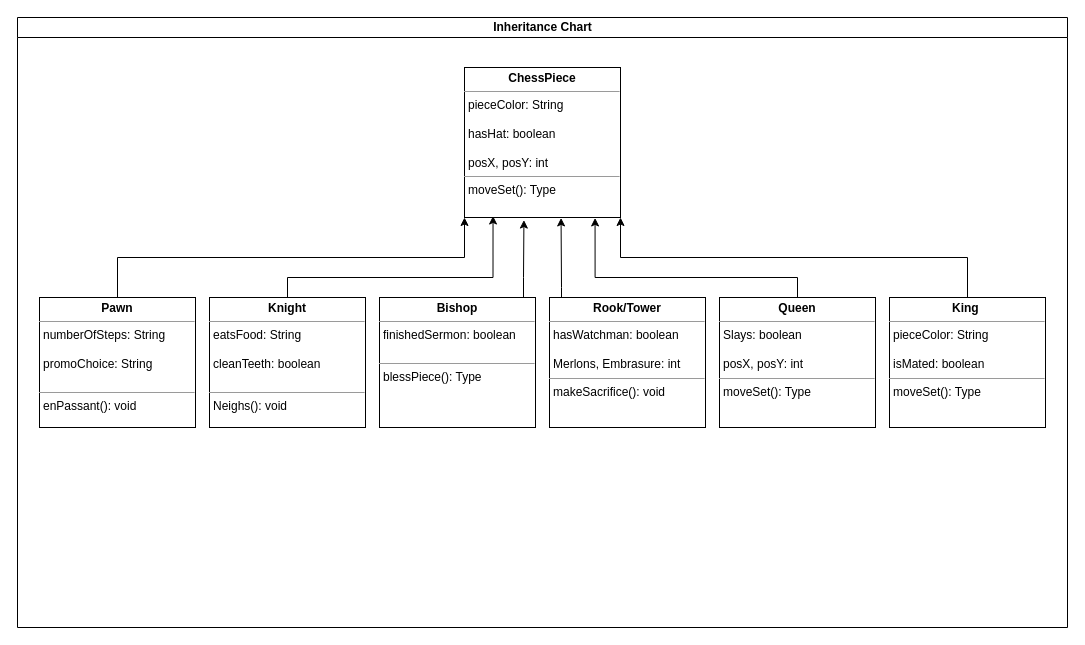
Above: src/ChessInheritance/Untitled Diagram.drawio in TylerLeCmd/CPP2 (draw.io), before the change. Source tidied: cells renumbered, new cells numbered last; positions are measured from the earlier drawing's top-left corner, leaving out a move shared by most shapes. Both pictures are drawn from the tidied source at 100%, with x=0, y=0 at pixel (17, 17).
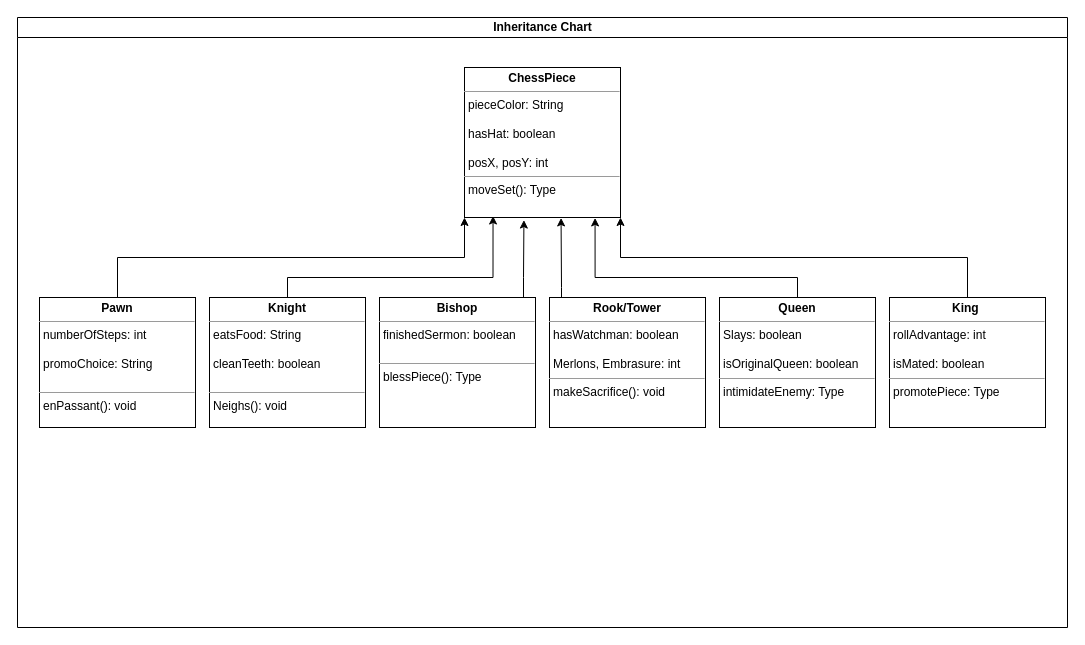
The same page after the edit.

The change refers to these unchanged cells:
```xml
<mxCell id="2" value="Inheritance Chart" style="swimlane;html=1;startSize=20;horizontal=1;containerType=tree;glass=0;" parent="1" vertex="1">
  <mxGeometry width="1050" height="610" as="geometry" />
</mxCell>
```

The edit, as a diff of the source:
```diff
@@
-    <mxCell id="5" value="&lt;p style=&quot;margin:0px;margin-top:4px;text-align:center;&quot;&gt;&lt;b&gt;Pawn&lt;/b&gt;&lt;/p&gt;&lt;hr size=&quot;1&quot;&gt;&lt;p style=&quot;margin:0px;margin-left:4px;&quot;&gt;&lt;span style=&quot;background-color: initial;&quot;&gt;numberOfSteps: String&lt;/span&gt;&lt;br&gt;&lt;/p&gt;&lt;p style=&quot;margin:0px;margin-left:4px;&quot;&gt;&lt;br&gt;&lt;/p&gt;&lt;p style=&quot;margin:0px;margin-left:4px;&quot;&gt;promoChoice: String&lt;/p&gt;&lt;p style=&quot;margin:0px;margin-left:4px;&quot;&gt;&lt;br&gt;&lt;/p&gt;&lt;hr size=&quot;1&quot;&gt;&lt;p style=&quot;margin:0px;margin-left:4px;&quot;&gt;enPassant(): void&lt;/p&gt;" style="verticalAlign=top;align=left;overflow=fill;fontSize=12;fontFamily=Helvetica;html=1;whiteSpace=wrap;" parent="2" vertex="1">
+    <mxCell id="5" value="&lt;p style=&quot;margin:0px;margin-top:4px;text-align:center;&quot;&gt;&lt;b&gt;Pawn&lt;/b&gt;&lt;/p&gt;&lt;hr size=&quot;1&quot;&gt;&lt;p style=&quot;margin:0px;margin-left:4px;&quot;&gt;&lt;span style=&quot;background-color: initial;&quot;&gt;numberOfSteps: int&lt;/span&gt;&lt;br&gt;&lt;/p&gt;&lt;p style=&quot;margin:0px;margin-left:4px;&quot;&gt;&lt;br&gt;&lt;/p&gt;&lt;p style=&quot;margin:0px;margin-left:4px;&quot;&gt;promoChoice: String&lt;/p&gt;&lt;p style=&quot;margin:0px;margin-left:4px;&quot;&gt;&lt;br&gt;&lt;/p&gt;&lt;hr size=&quot;1&quot;&gt;&lt;p style=&quot;margin:0px;margin-left:4px;&quot;&gt;enPassant(): void&lt;/p&gt;" style="verticalAlign=top;align=left;overflow=fill;fontSize=12;fontFamily=Helvetica;html=1;whiteSpace=wrap;" parent="2" vertex="1">
       <mxGeometry x="22" y="280" width="156" height="130" as="geometry" />
     </mxCell>
@@
-    <mxCell id="9" value="&lt;p style=&quot;margin:0px;margin-top:4px;text-align:center;&quot;&gt;&lt;b&gt;Queen&lt;/b&gt;&lt;/p&gt;&lt;hr size=&quot;1&quot;&gt;&lt;p style=&quot;margin:0px;margin-left:4px;&quot;&gt;&lt;span style=&quot;background-color: initial;&quot;&gt;Slays: boolean&lt;/span&gt;&lt;br&gt;&lt;/p&gt;&lt;p style=&quot;margin:0px;margin-left:4px;&quot;&gt;&lt;br&gt;&lt;/p&gt;&lt;p style=&quot;margin:0px;margin-left:4px;&quot;&gt;posX, posY: int&lt;/p&gt;&lt;hr size=&quot;1&quot;&gt;&lt;p style=&quot;margin:0px;margin-left:4px;&quot;&gt;moveSet(): Type&lt;/p&gt;" style="verticalAlign=top;align=left;overflow=fill;fontSize=12;fontFamily=Helvetica;html=1;whiteSpace=wrap;" parent="2" vertex="1">
+    <mxCell id="9" value="&lt;p style=&quot;margin:0px;margin-top:4px;text-align:center;&quot;&gt;&lt;b&gt;Queen&lt;/b&gt;&lt;/p&gt;&lt;hr size=&quot;1&quot;&gt;&lt;p style=&quot;margin:0px;margin-left:4px;&quot;&gt;&lt;span style=&quot;background-color: initial;&quot;&gt;Slays: boolean&lt;/span&gt;&lt;br&gt;&lt;/p&gt;&lt;p style=&quot;margin:0px;margin-left:4px;&quot;&gt;&lt;br&gt;&lt;/p&gt;&lt;p style=&quot;margin:0px;margin-left:4px;&quot;&gt;isOriginalQueen: boolean&lt;/p&gt;&lt;hr size=&quot;1&quot;&gt;&lt;p style=&quot;margin:0px;margin-left:4px;&quot;&gt;intimidateEnemy: Type&lt;/p&gt;" style="verticalAlign=top;align=left;overflow=fill;fontSize=12;fontFamily=Helvetica;html=1;whiteSpace=wrap;" parent="2" vertex="1">
       <mxGeometry x="702" y="280" width="156" height="130" as="geometry" />
     </mxCell>
@@
-    <mxCell id="11" value="&lt;p style=&quot;margin:0px;margin-top:4px;text-align:center;&quot;&gt;&lt;b&gt;King&amp;nbsp;&lt;/b&gt;&lt;/p&gt;&lt;hr size=&quot;1&quot;&gt;&lt;p style=&quot;margin:0px;margin-left:4px;&quot;&gt;&lt;span style=&quot;background-color: initial;&quot;&gt;pieceColor: String&lt;/span&gt;&lt;br&gt;&lt;/p&gt;&lt;p style=&quot;margin:0px;margin-left:4px;&quot;&gt;&lt;br&gt;&lt;/p&gt;&lt;p style=&quot;margin:0px;margin-left:4px;&quot;&gt;isMated: boolean&lt;/p&gt;&lt;hr size=&quot;1&quot;&gt;&lt;p style=&quot;margin:0px;margin-left:4px;&quot;&gt;moveSet(): Type&lt;/p&gt;" style="verticalAlign=top;align=left;overflow=fill;fontSize=12;fontFamily=Helvetica;html=1;whiteSpace=wrap;" parent="2" vertex="1">
+    <mxCell id="11" value="&lt;p style=&quot;margin:0px;margin-top:4px;text-align:center;&quot;&gt;&lt;b&gt;King&amp;nbsp;&lt;/b&gt;&lt;/p&gt;&lt;hr size=&quot;1&quot;&gt;&lt;p style=&quot;margin:0px;margin-left:4px;&quot;&gt;&lt;span style=&quot;background-color: initial;&quot;&gt;rollAdvantage: int&lt;/span&gt;&lt;br&gt;&lt;/p&gt;&lt;p style=&quot;margin:0px;margin-left:4px;&quot;&gt;&lt;br&gt;&lt;/p&gt;&lt;p style=&quot;margin:0px;margin-left:4px;&quot;&gt;isMated: boolean&lt;/p&gt;&lt;hr size=&quot;1&quot;&gt;&lt;p style=&quot;margin:0px;margin-left:4px;&quot;&gt;promotePiece: Type&lt;/p&gt;" style="verticalAlign=top;align=left;overflow=fill;fontSize=12;fontFamily=Helvetica;html=1;whiteSpace=wrap;" parent="2" vertex="1">
       <mxGeometry x="872" y="280" width="156" height="130" as="geometry" />
     </mxCell>
```
